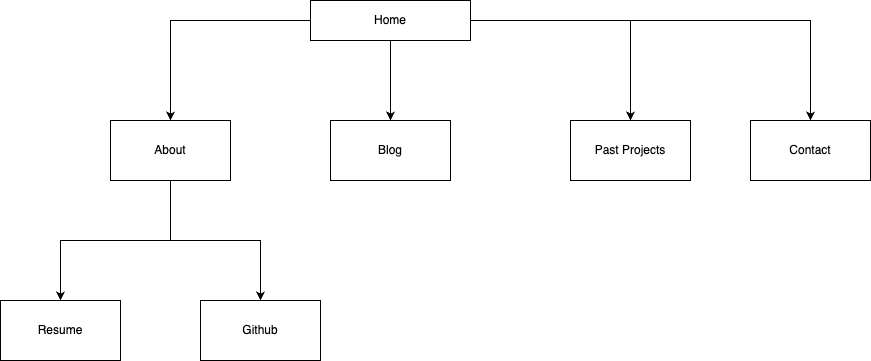
Before: docs/SiteMap.png, a diagram exported from draw.io (tiffanyv185/T1A2-Portfolio). Source tidied: cells renumbered, new cells last; positions are measured from the earlier drawing's top-left corner, leaving out a move shared by most shapes. Its diagram source:
```xml
<mxGraphModel>
  <root>
    <mxCell id="0" />
    <mxCell id="1" parent="0" />
    <mxCell id="2" style="edgeStyle=orthogonalEdgeStyle;rounded=0;jettySize=auto;html=1;" parent="1" edge="1" source="6" target="10">
      <mxGeometry relative="1" as="geometry" />
    </mxCell>
    <mxCell id="3" style="edgeStyle=orthogonalEdgeStyle;rounded=0;jettySize=auto;html=1;" parent="1" edge="1" source="6" target="11">
      <mxGeometry relative="1" as="geometry" />
    </mxCell>
    <mxCell id="4" style="edgeStyle=orthogonalEdgeStyle;rounded=0;jettySize=auto;html=1;" parent="1" edge="1" source="6" target="12">
      <mxGeometry relative="1" as="geometry" />
    </mxCell>
    <mxCell id="5" style="edgeStyle=orthogonalEdgeStyle;rounded=0;jettySize=auto;html=1;" parent="1" edge="1" source="6" target="15">
      <mxGeometry relative="1" as="geometry" />
    </mxCell>
    <mxCell id="6" style="rounded=0;whiteSpace=wrap;html=1;" parent="1" vertex="1">
      <mxGeometry x="310" width="160" height="40" as="geometry" />
    </mxCell>
    <mxCell id="7" value="Home" style="text;html=1;align=center;verticalAlign=middle;whiteSpace=wrap;rounded=0;" parent="1" vertex="1">
      <mxGeometry x="360" y="5" width="60" height="30" as="geometry" />
    </mxCell>
    <mxCell id="8" style="edgeStyle=orthogonalEdgeStyle;rounded=0;jettySize=auto;html=1;" parent="1" edge="1" source="10" target="13">
      <mxGeometry relative="1" as="geometry" />
    </mxCell>
    <mxCell id="9" style="edgeStyle=orthogonalEdgeStyle;rounded=0;jettySize=auto;html=1;" parent="1" edge="1" source="10" target="14">
      <mxGeometry relative="1" as="geometry" />
    </mxCell>
    <mxCell id="10" value="About" style="whiteSpace=wrap;html=1;rounded=0;" parent="1" vertex="1">
      <mxGeometry x="110" y="120" width="120" height="60" as="geometry" />
    </mxCell>
    <mxCell id="11" value="Blog" style="whiteSpace=wrap;html=1;rounded=0;" parent="1" vertex="1">
      <mxGeometry x="330" y="120" width="120" height="60" as="geometry" />
    </mxCell>
    <mxCell id="12" value="Contact" style="whiteSpace=wrap;html=1;rounded=0;" parent="1" vertex="1">
      <mxGeometry x="750" y="120" width="120" height="60" as="geometry" />
    </mxCell>
    <mxCell id="13" value="Resume" style="whiteSpace=wrap;html=1;rounded=0;" parent="1" vertex="1">
      <mxGeometry y="300" width="120" height="60" as="geometry" />
    </mxCell>
    <mxCell id="14" value="Github" style="whiteSpace=wrap;html=1;rounded=0;" parent="1" vertex="1">
      <mxGeometry x="200" y="300" width="120" height="60" as="geometry" />
    </mxCell>
    <mxCell id="15" value="Past Projects" style="whiteSpace=wrap;html=1;rounded=0;" parent="1" vertex="1">
      <mxGeometry x="570" y="120" width="120" height="60" as="geometry" />
    </mxCell>
  </root>
</mxGraphModel>
```
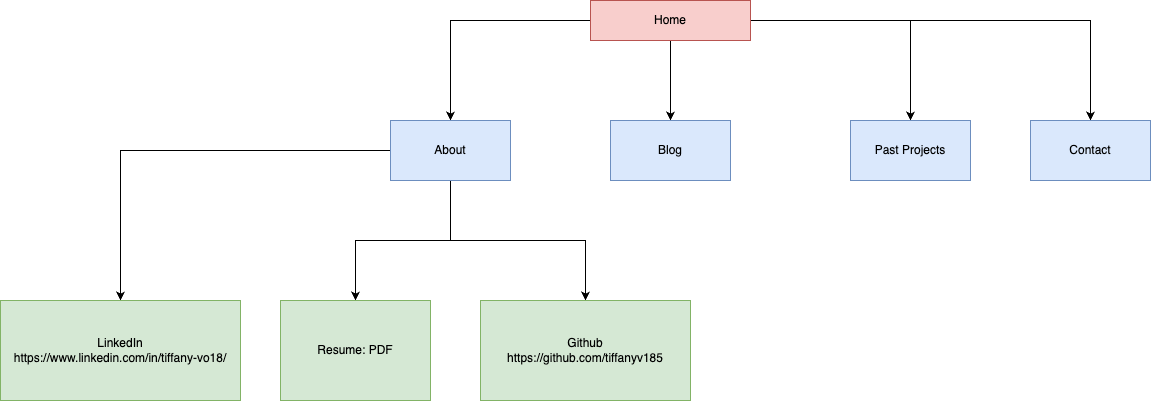
The same diagram one commit later.

Change to the diagram source:
```diff
@@ -14,7 +14,7 @@
     <mxCell id="5" style="edgeStyle=orthogonalEdgeStyle;rounded=0;jettySize=auto;html=1;" parent="1" edge="1" source="6" target="15">
       <mxGeometry relative="1" as="geometry" />
     </mxCell>
-    <mxCell id="6" style="rounded=0;whiteSpace=wrap;html=1;" parent="1" vertex="1">
+    <mxCell id="6" style="rounded=0;whiteSpace=wrap;html=1;fillColor=#f8cecc;strokeColor=#b85450;" parent="1" vertex="1">
       <mxGeometry x="310" width="160" height="40" as="geometry" />
     </mxCell>
     <mxCell id="7" value="Home" style="text;html=1;align=center;verticalAlign=middle;whiteSpace=wrap;rounded=0;" parent="1" vertex="1">
@@ -26,23 +26,29 @@
     <mxCell id="9" style="edgeStyle=orthogonalEdgeStyle;rounded=0;jettySize=auto;html=1;" parent="1" edge="1" source="10" target="14">
       <mxGeometry relative="1" as="geometry" />
     </mxCell>
+    <mxCell id="16" style="edgeStyle=orthogonalEdgeStyle;rounded=0;jettySize=auto;html=1;" parent="1" edge="1" source="10" target="17">
+      <mxGeometry relative="1" as="geometry" />
+    </mxCell>
-    <mxCell id="10" value="About" style="whiteSpace=wrap;html=1;rounded=0;" parent="1" vertex="1">
+    <mxCell id="10" value="About" style="whiteSpace=wrap;html=1;rounded=0;fillColor=#dae8fc;strokeColor=#6c8ebf;" parent="1" vertex="1">
       <mxGeometry x="110" y="120" width="120" height="60" as="geometry" />
     </mxCell>
-    <mxCell id="11" value="Blog" style="whiteSpace=wrap;html=1;rounded=0;" parent="1" vertex="1">
+    <mxCell id="11" value="Blog" style="whiteSpace=wrap;html=1;rounded=0;fillColor=#dae8fc;strokeColor=#6c8ebf;" parent="1" vertex="1">
       <mxGeometry x="330" y="120" width="120" height="60" as="geometry" />
     </mxCell>
-    <mxCell id="12" value="Contact" style="whiteSpace=wrap;html=1;rounded=0;" parent="1" vertex="1">
+    <mxCell id="12" value="Contact" style="whiteSpace=wrap;html=1;rounded=0;fillColor=#dae8fc;strokeColor=#6c8ebf;" parent="1" vertex="1">
       <mxGeometry x="750" y="120" width="120" height="60" as="geometry" />
     </mxCell>
-    <mxCell id="13" value="Resume" style="whiteSpace=wrap;html=1;rounded=0;" parent="1" vertex="1">
-      <mxGeometry y="300" width="120" height="60" as="geometry" />
+    <mxCell id="13" value="Resume: PDF" style="whiteSpace=wrap;html=1;rounded=0;fillColor=#d5e8d4;strokeColor=#82b366;" parent="1" vertex="1">
+      <mxGeometry y="300" width="150" height="100" as="geometry" />
     </mxCell>
-    <mxCell id="14" value="Github" style="whiteSpace=wrap;html=1;rounded=0;" parent="1" vertex="1">
-      <mxGeometry x="200" y="300" width="120" height="60" as="geometry" />
+    <mxCell id="14" value="Github&lt;div&gt;https://github.com/tiffanyv185&lt;br&gt;&lt;/div&gt;" style="whiteSpace=wrap;html=1;rounded=0;fillColor=#d5e8d4;strokeColor=#82b366;" parent="1" vertex="1">
+      <mxGeometry x="200" y="300" width="210" height="100" as="geometry" />
     </mxCell>
-    <mxCell id="15" value="Past Projects" style="whiteSpace=wrap;html=1;rounded=0;" parent="1" vertex="1">
+    <mxCell id="15" value="Past Projects" style="whiteSpace=wrap;html=1;rounded=0;fillColor=#dae8fc;strokeColor=#6c8ebf;" parent="1" vertex="1">
       <mxGeometry x="570" y="120" width="120" height="60" as="geometry" />
     </mxCell>
+    <mxCell id="17" value="LinkedIn&lt;div&gt;https://www.linkedin.com/in/tiffany-vo18/&lt;br&gt;&lt;/div&gt;" style="whiteSpace=wrap;html=1;rounded=0;fillColor=#d5e8d4;strokeColor=#82b366;" parent="1" vertex="1">
+      <mxGeometry x="-280" y="300" width="240" height="100" as="geometry" />
+    </mxCell>
   </root>
 </mxGraphModel>
```
